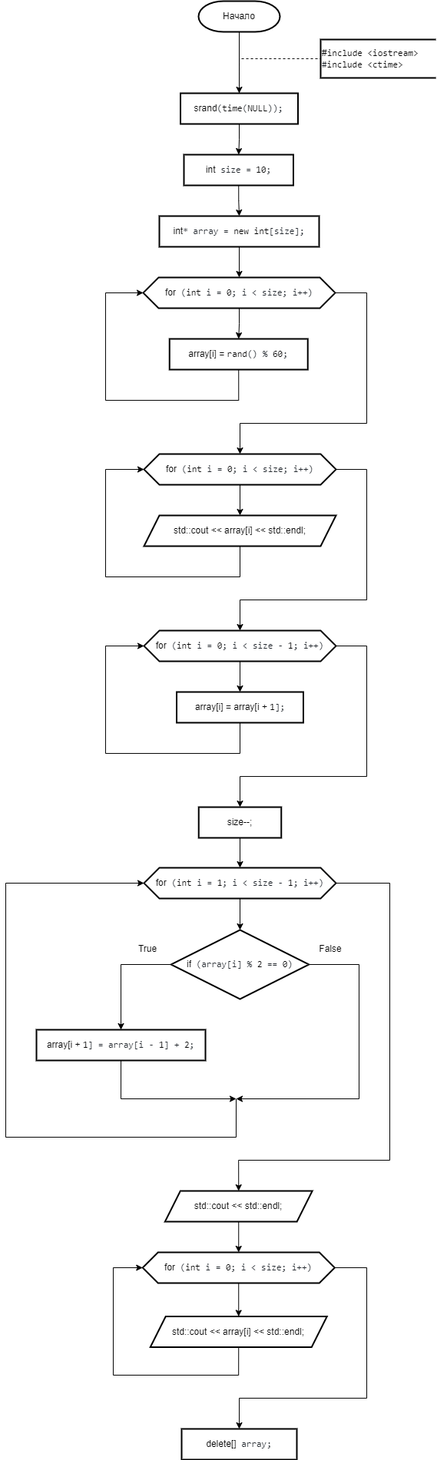
Before: Labs/4 Лаба/№2 Работа с одномерными массивами.png, a diagram exported from draw.io (IlyaFedoseev227/LABS-PNRPU-IVT-22-1b). Source tidied: cells renumbered, new cells last; positions are measured from the earlier drawing's top-left corner, leaving out a move shared by most shapes.
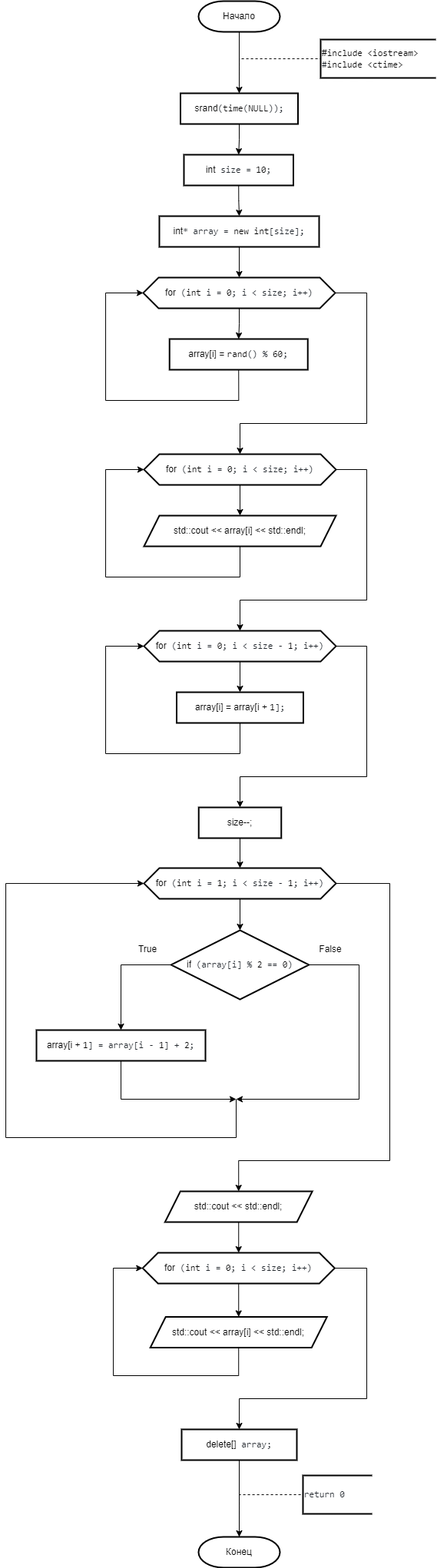
The same diagram one commit later.

Diff of the diagram source:
```diff
@@ -213,8 +213,20 @@
     <mxCell id="46" value="&lt;div style=&quot;text-align: start;&quot;&gt;std::cout &amp;lt;&amp;lt; array[i] &amp;lt;&amp;lt; std::endl;&lt;br&gt;&lt;/div&gt;" style="shape=parallelogram;perimeter=parallelogramPerimeter;whiteSpace=wrap;html=1;fixedSize=1;strokeWidth=2;size=20;" parent="1" vertex="1">
       <mxGeometry x="188.2" y="1713.5" width="230" height="40" as="geometry" />
     </mxCell>
+    <mxCell id="48" style="edgeStyle=orthogonalEdgeStyle;rounded=0;jettySize=auto;html=1;exitX=0.5;exitY=1;exitDx=0;exitDy=0;entryX=0.5;entryY=0;entryDx=0;entryDy=0;entryPerimeter=0;" parent="1" edge="1" source="47" target="49">
+      <mxGeometry relative="1" as="geometry" />
+    </mxCell>
     <mxCell id="47" value="delete[]&lt;span style=&quot;color: rgb(36, 41, 47); font-family: ui-monospace, SFMono-Regular, &amp;quot;SF Mono&amp;quot;, Menlo, Consolas, &amp;quot;Liberation Mono&amp;quot;, monospace; text-align: start; background-color: rgb(255, 255, 255);&quot;&gt; array;&lt;/span&gt;" style="shape=parallelogram;perimeter=parallelogramPerimeter;whiteSpace=wrap;html=1;fixedSize=1;strokeWidth=2;size=-6;" parent="1" vertex="1">
       <mxGeometry x="229" y="1860" width="150" height="40" as="geometry" />
     </mxCell>
+    <mxCell id="49" value="Конец" style="strokeWidth=2;html=1;shape=mxgraph.flowchart.terminator;whiteSpace=wrap;" parent="1" vertex="1">
+      <mxGeometry x="251" y="2000" width="106" height="40" as="geometry" />
+    </mxCell>
+    <mxCell id="50" style="edgeStyle=orthogonalEdgeStyle;rounded=0;jettySize=auto;html=1;exitX=0.5;exitY=0;exitDx=0;exitDy=0;entryX=0;entryY=0.5;entryDx=0;entryDy=0;entryPerimeter=0;dashed=1;endArrow=none;endFill=0;exitPerimeter=0;" parent="1" edge="1" source="49" target="51">
+      <mxGeometry relative="1" as="geometry" />
+    </mxCell>
+    <mxCell id="51" value="&lt;font face=&quot;ui-monospace, SFMono-Regular, SF Mono, Menlo, Consolas, Liberation Mono, monospace&quot; color=&quot;#24292f&quot;&gt;&lt;span style=&quot;background-color: rgb(255, 255, 255);&quot;&gt;return 0&amp;nbsp;&lt;/span&gt;&lt;/font&gt;" style="strokeWidth=2;html=1;shape=mxgraph.flowchart.annotation_1;align=left;" parent="1" vertex="1">
+      <mxGeometry x="387" y="1920" width="90" height="50" as="geometry" />
+    </mxCell>
   </root>
 </mxGraphModel>
```
